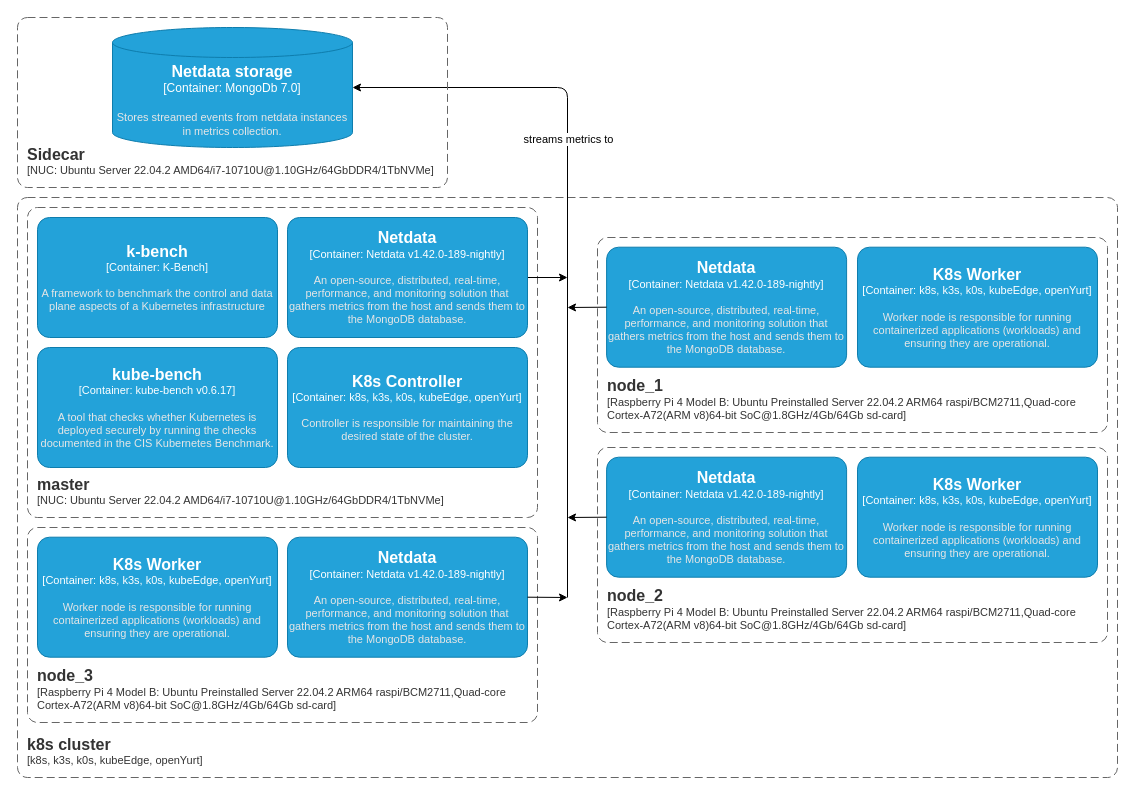
Above: src/diagrams/deployment_diagram.drawio in DiyazY/iot-edge (draw.io), before the change. Source tidied: cells renumbered, new cells numbered last; positions are measured from the earlier drawing's top-left corner, leaving out a move shared by most shapes. Both pictures are drawn from the tidied source at 100%, with x=0, y=0 at pixel (17, 17).
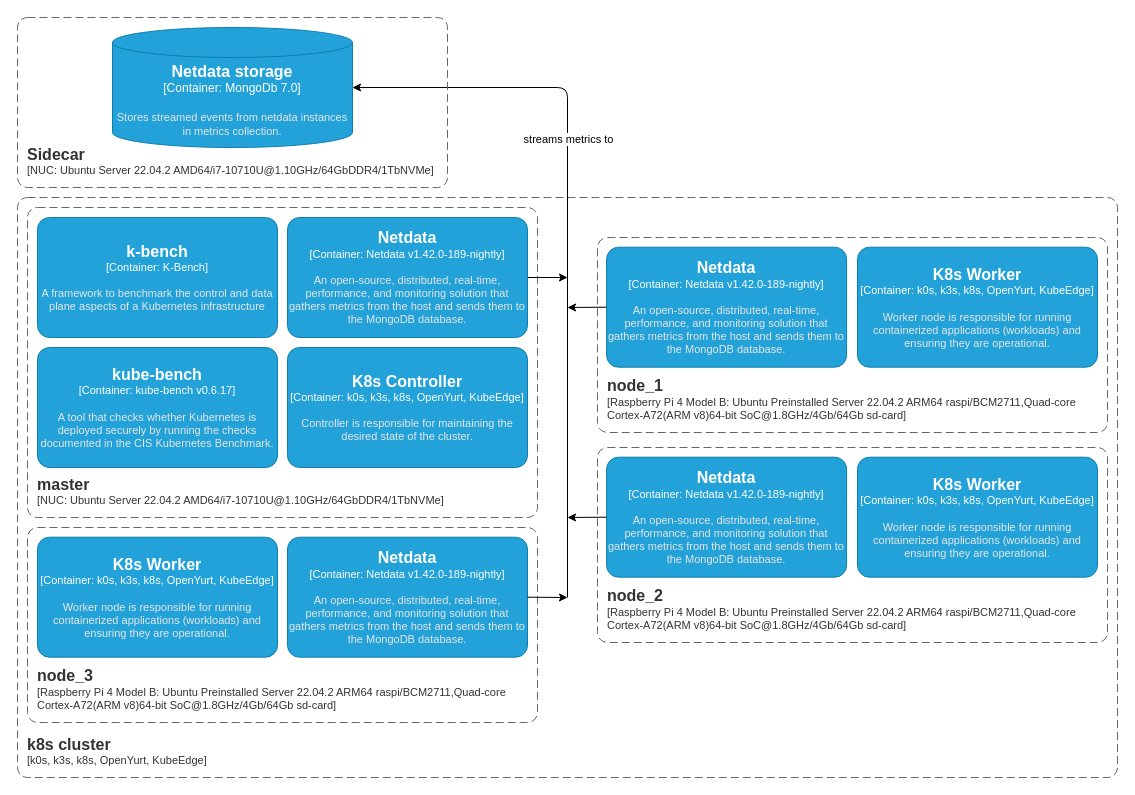
The same diagram, later.

Unchanged cells that the change refers to:
```xml
<mxCell id="9" style="group;" parent="1" vertex="1">
  <mxGeometry x="580" y="220" width="510" height="195" as="geometry" />
</mxCell>
<mxCell id="18" style="group;" parent="1" vertex="1">
  <mxGeometry x="580" y="430" width="510" height="195" as="geometry" />
</mxCell>
<mxCell id="22" style="group;" parent="1" vertex="1">
  <mxGeometry x="10" y="510" width="510" height="195" as="geometry" />
</mxCell>
```

What changed in the source:
```diff
@@
-    <object id="2" label="&lt;font style=&quot;font-size: 16px&quot;&gt;&lt;b&gt;&lt;div style=&quot;text-align: left&quot;&gt;%c4Name%&lt;/div&gt;&lt;/b&gt;&lt;/font&gt;&lt;div style=&quot;text-align: left&quot;&gt;[%c4Application%]&lt;/div&gt;" c4Application="k8s, k3s, k0s, kubeEdge, openYurt" c4Name="k8s cluster" placeholders="1">
+    <object id="2" label="&lt;font style=&quot;font-size: 16px&quot;&gt;&lt;b&gt;&lt;div style=&quot;text-align: left&quot;&gt;%c4Name%&lt;/div&gt;&lt;/b&gt;&lt;/font&gt;&lt;div style=&quot;text-align: left&quot;&gt;[%c4Application%]&lt;/div&gt;" c4Application="k0s, k3s, k8s, OpenYurt, KubeEdge" c4Name="k8s cluster" placeholders="1">
       <mxCell style="rounded=1;fontSize=11;whiteSpace=wrap;html=1;dashed=1;arcSize=20;fillColor=none;strokeColor=#666666;fontColor=#333333;labelBackgroundColor=none;align=left;verticalAlign=bottom;labelBorderColor=none;spacingTop=0;spacing=10;dashPattern=8 4;perimeter=rectanglePerimeter;noLabel=0;labelPadding=0;absoluteArcSize=1;" parent="1" vertex="1">
         <mxGeometry y="180" width="1100" height="580" as="geometry" />
       </mxCell>
     </object>
@@
-    <object id="8" label="&lt;font style=&quot;font-size: 16px&quot;&gt;&lt;b&gt;%c4Name%&lt;/b&gt;&lt;/font&gt;&lt;div&gt;[%c4Type%: %c4Technology%]&lt;/div&gt;&lt;br&gt;&lt;div&gt;&lt;font style=&quot;font-size: 11px&quot;&gt;&lt;font color=&quot;#E6E6E6&quot;&gt;%c4Description%&lt;/font&gt;&lt;/div&gt;" c4Description="Controller is responsible for maintaining the desired state of the cluster." c4Name="K8s Controller" c4Technology="k8s, k3s, k0s, kubeEdge, openYurt" c4Type="Container" placeholders="1">
+    <object id="8" label="&lt;font style=&quot;font-size: 16px&quot;&gt;&lt;b&gt;%c4Name%&lt;/b&gt;&lt;/font&gt;&lt;div&gt;[%c4Type%: %c4Technology%]&lt;/div&gt;&lt;br&gt;&lt;div&gt;&lt;font style=&quot;font-size: 11px&quot;&gt;&lt;font color=&quot;#E6E6E6&quot;&gt;%c4Description%&lt;/font&gt;&lt;/div&gt;" c4Description="Controller is responsible for maintaining the desired state of the cluster." c4Name="K8s Controller" c4Technology="k0s, k3s, k8s, OpenYurt, KubeEdge" c4Type="Container" placeholders="1">
       <mxCell style="rounded=1;whiteSpace=wrap;html=1;fontSize=11;labelBackgroundColor=none;fillColor=#23A2D9;fontColor=#ffffff;align=center;arcSize=10;strokeColor=#0E7DAD;" parent="1" vertex="1">
         <mxGeometry x="270" y="330" width="240" height="120" as="geometry" />
       </mxCell>
     </object>
@@
-    <object id="12" label="&lt;font style=&quot;font-size: 16px&quot;&gt;&lt;b&gt;%c4Name%&lt;/b&gt;&lt;/font&gt;&lt;div&gt;[%c4Type%: %c4Technology%]&lt;/div&gt;&lt;br&gt;&lt;div&gt;&lt;font style=&quot;font-size: 11px&quot;&gt;&lt;font color=&quot;#E6E6E6&quot;&gt;%c4Description%&lt;/font&gt;&lt;/div&gt;" c4Description="Worker node is responsible for running containerized applications (workloads) and ensuring they are operational." c4Name="K8s Worker" c4Technology="k8s, k3s, k0s, kubeEdge, openYurt" c4Type="Container" placeholders="1">
+    <object id="12" label="&lt;font style=&quot;font-size: 16px&quot;&gt;&lt;b&gt;%c4Name%&lt;/b&gt;&lt;/font&gt;&lt;div&gt;[%c4Type%: %c4Technology%]&lt;/div&gt;&lt;br&gt;&lt;div&gt;&lt;font style=&quot;font-size: 11px&quot;&gt;&lt;font color=&quot;#E6E6E6&quot;&gt;%c4Description%&lt;/font&gt;&lt;/div&gt;" c4Description="Worker node is responsible for running containerized applications (workloads) and ensuring they are operational." c4Name="K8s Worker" c4Technology="k0s, k3s, k8s, OpenYurt, KubeEdge" c4Type="Container" placeholders="1">
       <mxCell style="rounded=1;whiteSpace=wrap;html=1;fontSize=11;labelBackgroundColor=none;fillColor=#23A2D9;fontColor=#ffffff;align=center;arcSize=10;strokeColor=#0E7DAD;" parent="9" vertex="1">
         <mxGeometry x="260" y="9.7" width="240" height="120" as="geometry" />
       </mxCell>
     </object>
@@
-    <object id="21" label="&lt;font style=&quot;font-size: 16px&quot;&gt;&lt;b&gt;%c4Name%&lt;/b&gt;&lt;/font&gt;&lt;div&gt;[%c4Type%: %c4Technology%]&lt;/div&gt;&lt;br&gt;&lt;div&gt;&lt;font style=&quot;font-size: 11px&quot;&gt;&lt;font color=&quot;#E6E6E6&quot;&gt;%c4Description%&lt;/font&gt;&lt;/div&gt;" c4Description="Worker node is responsible for running containerized applications (workloads) and ensuring they are operational." c4Name="K8s Worker" c4Technology="k8s, k3s, k0s, kubeEdge, openYurt" c4Type="Container" placeholders="1">
+    <object id="21" label="&lt;font style=&quot;font-size: 16px&quot;&gt;&lt;b&gt;%c4Name%&lt;/b&gt;&lt;/font&gt;&lt;div&gt;[%c4Type%: %c4Technology%]&lt;/div&gt;&lt;br&gt;&lt;div&gt;&lt;font style=&quot;font-size: 11px&quot;&gt;&lt;font color=&quot;#E6E6E6&quot;&gt;%c4Description%&lt;/font&gt;&lt;/div&gt;" c4Description="Worker node is responsible for running containerized applications (workloads) and ensuring they are operational." c4Name="K8s Worker" c4Technology="k0s, k3s, k8s, OpenYurt, KubeEdge" c4Type="Container" placeholders="1">
       <mxCell style="rounded=1;whiteSpace=wrap;html=1;fontSize=11;labelBackgroundColor=none;fillColor=#23A2D9;fontColor=#ffffff;align=center;arcSize=10;strokeColor=#0E7DAD;" parent="18" vertex="1">
         <mxGeometry x="260" y="9.7" width="240" height="120" as="geometry" />
       </mxCell>
     </object>
@@
-    <object id="25" label="&lt;font style=&quot;font-size: 16px&quot;&gt;&lt;b&gt;%c4Name%&lt;/b&gt;&lt;/font&gt;&lt;div&gt;[%c4Type%: %c4Technology%]&lt;/div&gt;&lt;br&gt;&lt;div&gt;&lt;font style=&quot;font-size: 11px&quot;&gt;&lt;font color=&quot;#E6E6E6&quot;&gt;%c4Description%&lt;/font&gt;&lt;/div&gt;" c4Description="Worker node is responsible for running containerized applications (workloads) and ensuring they are operational." c4Name="K8s Worker" c4Technology="k8s, k3s, k0s, kubeEdge, openYurt" c4Type="Container" placeholders="1">
+    <object id="25" label="&lt;font style=&quot;font-size: 16px&quot;&gt;&lt;b&gt;%c4Name%&lt;/b&gt;&lt;/font&gt;&lt;div&gt;[%c4Type%: %c4Technology%]&lt;/div&gt;&lt;br&gt;&lt;div&gt;&lt;font style=&quot;font-size: 11px&quot;&gt;&lt;font color=&quot;#E6E6E6&quot;&gt;%c4Description%&lt;/font&gt;&lt;/div&gt;" c4Description="Worker node is responsible for running containerized applications (workloads) and ensuring they are operational." c4Name="K8s Worker" c4Technology="k0s, k3s, k8s, OpenYurt, KubeEdge" c4Type="Container" placeholders="1">
       <mxCell style="rounded=1;whiteSpace=wrap;html=1;fontSize=11;labelBackgroundColor=none;fillColor=#23A2D9;fontColor=#ffffff;align=center;arcSize=10;strokeColor=#0E7DAD;" parent="22" vertex="1">
         <mxGeometry x="10" y="9.7" width="240" height="120" as="geometry" />
       </mxCell>
     </object>
```
